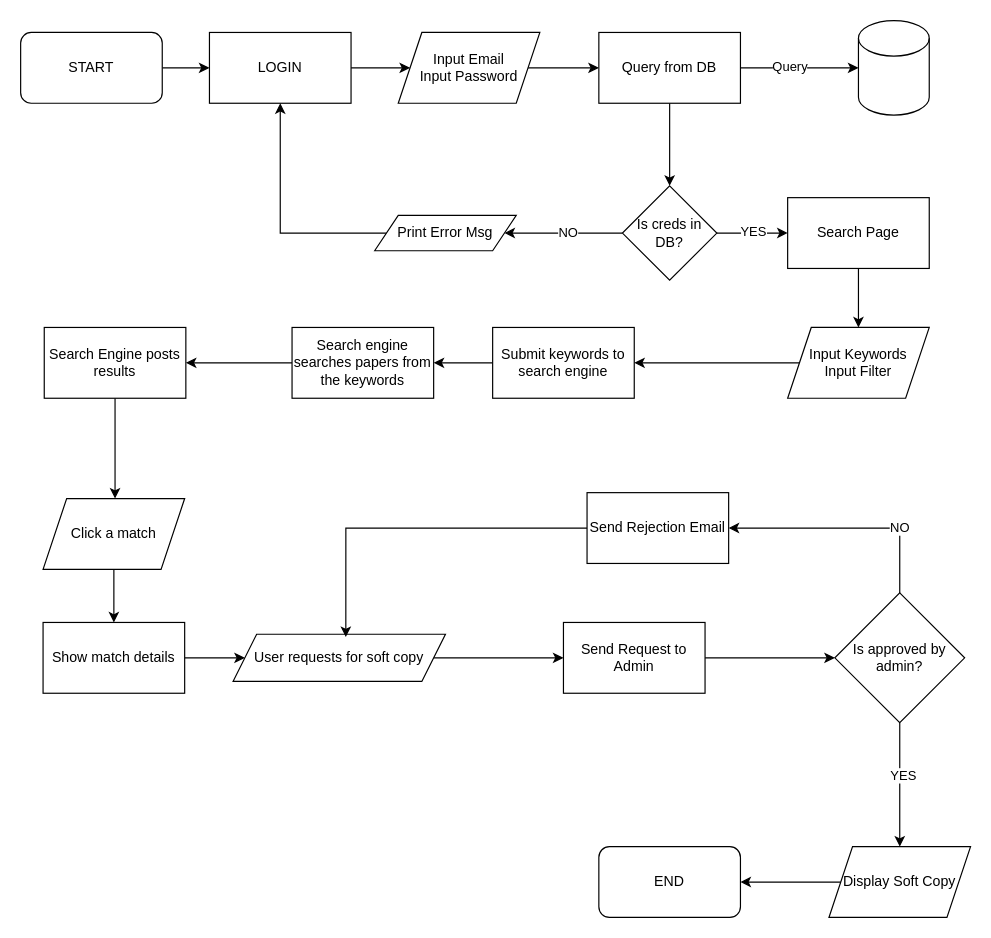
sggenDebugs/1st-Semester-A.Y.-2024-2025 keeps this draw.io diagram as cpe-49/olis.drawio. Above is the earlier version. Source tidied: cells renumbered, new cells numbered last; positions are measured from the earlier drawing's top-left corner, leaving out a move shared by most shapes. Both pictures are drawn from the tidied source at 118%, with x=0, y=0 at pixel (20, 20).
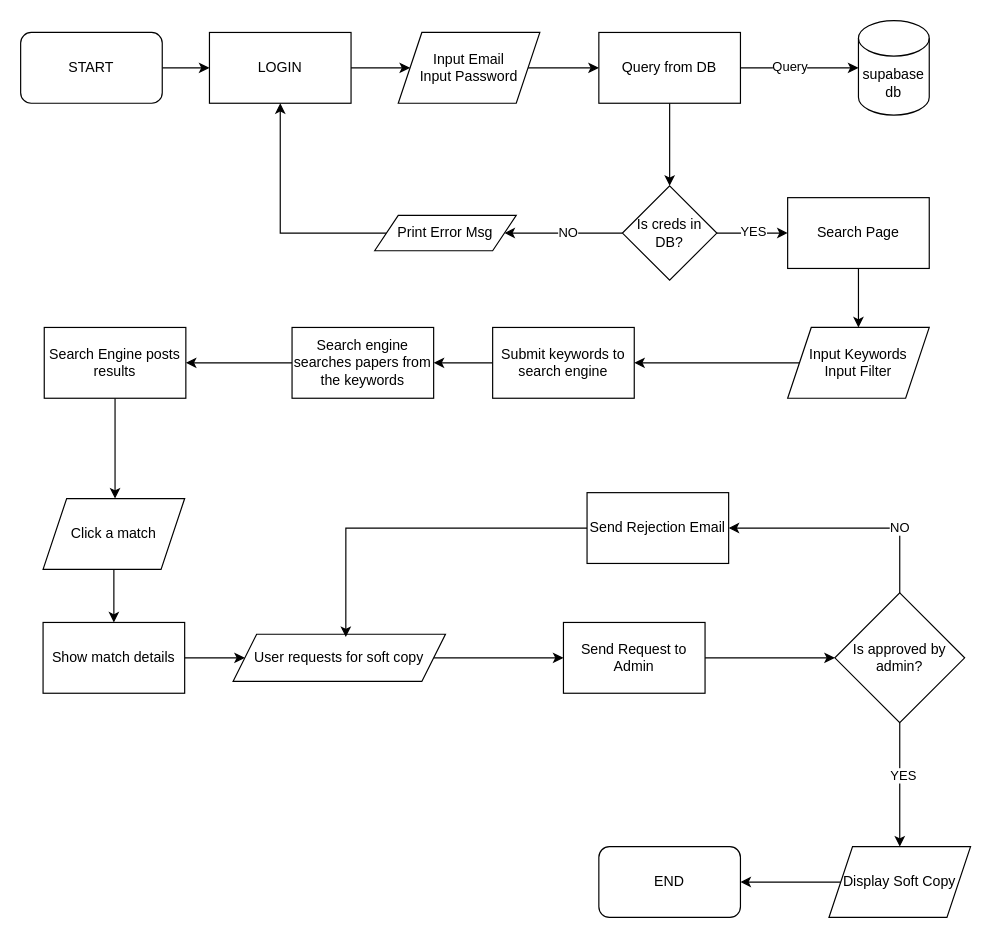
The same diagram, later.

Change to the diagram source:
```diff
@@
-    <mxCell id="17" style="shape=cylinder3;whiteSpace=wrap;html=1;boundedLbl=1;backgroundOutline=1;size=15;" parent="1" vertex="1">
+    <mxCell id="17" value="supabase db" style="shape=cylinder3;whiteSpace=wrap;html=1;boundedLbl=1;backgroundOutline=1;size=15;" parent="1" vertex="1">
       <mxGeometry x="710" width="60" height="80" as="geometry" />
     </mxCell>
```
